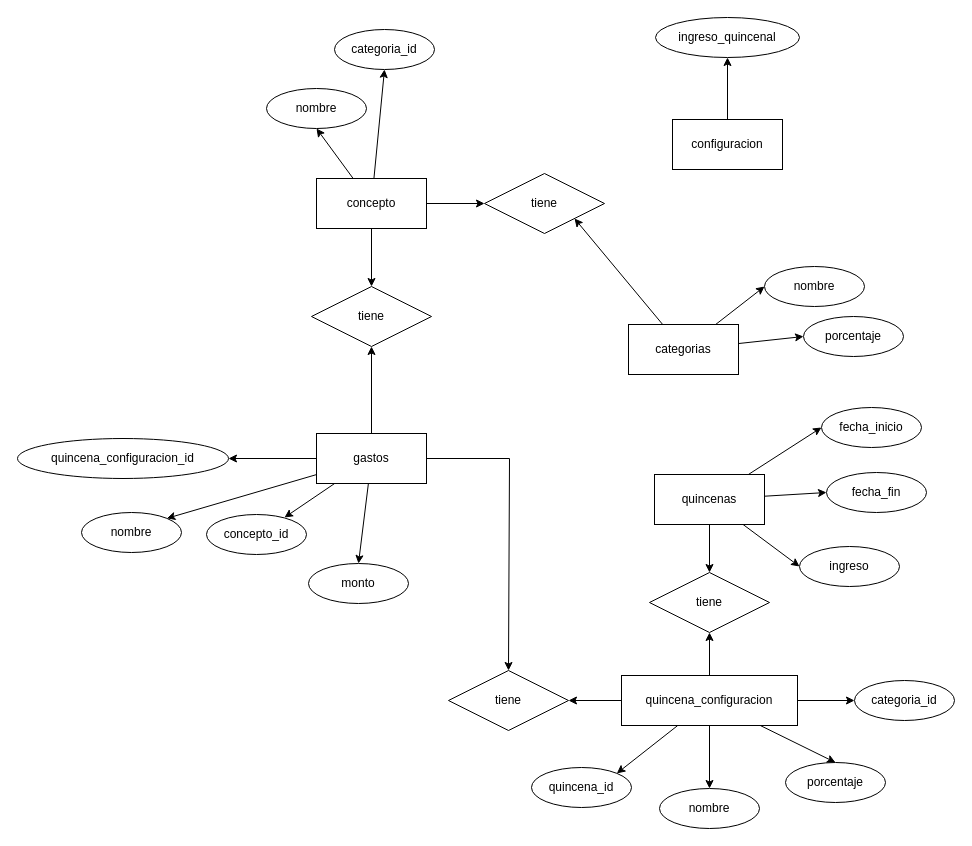
Before: bd.drawio in sprinfil/quincenas, a draw.io diagram. Source tidied: cells renumbered, new cells numbered last; positions are measured from the earlier drawing's top-left corner, leaving out a move shared by most shapes. Both pictures are drawn from the tidied source at 100%, with x=0, y=0 at pixel (17, 17).
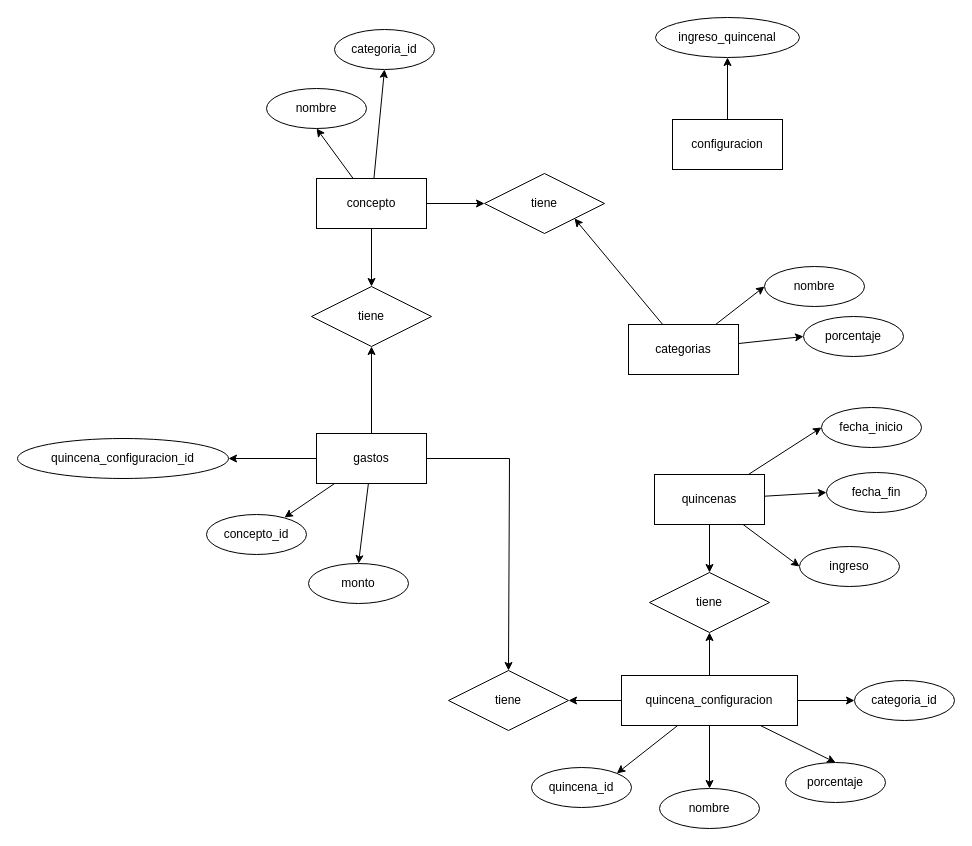
After the change.

Unchanged cells that the change refers to:
```xml
<mxCell id="18" value="gastos" style="html=1;whiteSpace=wrap;" parent="1" vertex="1">
  <mxGeometry x="299" y="416" width="110" height="50" as="geometry" />
</mxCell>
```

What changed in the source:
```diff
@@
-    <mxCell id="17" style="rounded=0;jettySize=auto;html=1;entryX=1;entryY=0;entryDx=0;entryDy=0;" parent="1" edge="1" source="18" target="51">
-      <mxGeometry relative="1" as="geometry" />
-    </mxCell>
@@
-    <mxCell id="51" value="nombre" style="ellipse;whiteSpace=wrap;html=1;align=center;" parent="1" vertex="1">
-      <mxGeometry x="64" y="495" width="100" height="40" as="geometry" />
-    </mxCell>
```
